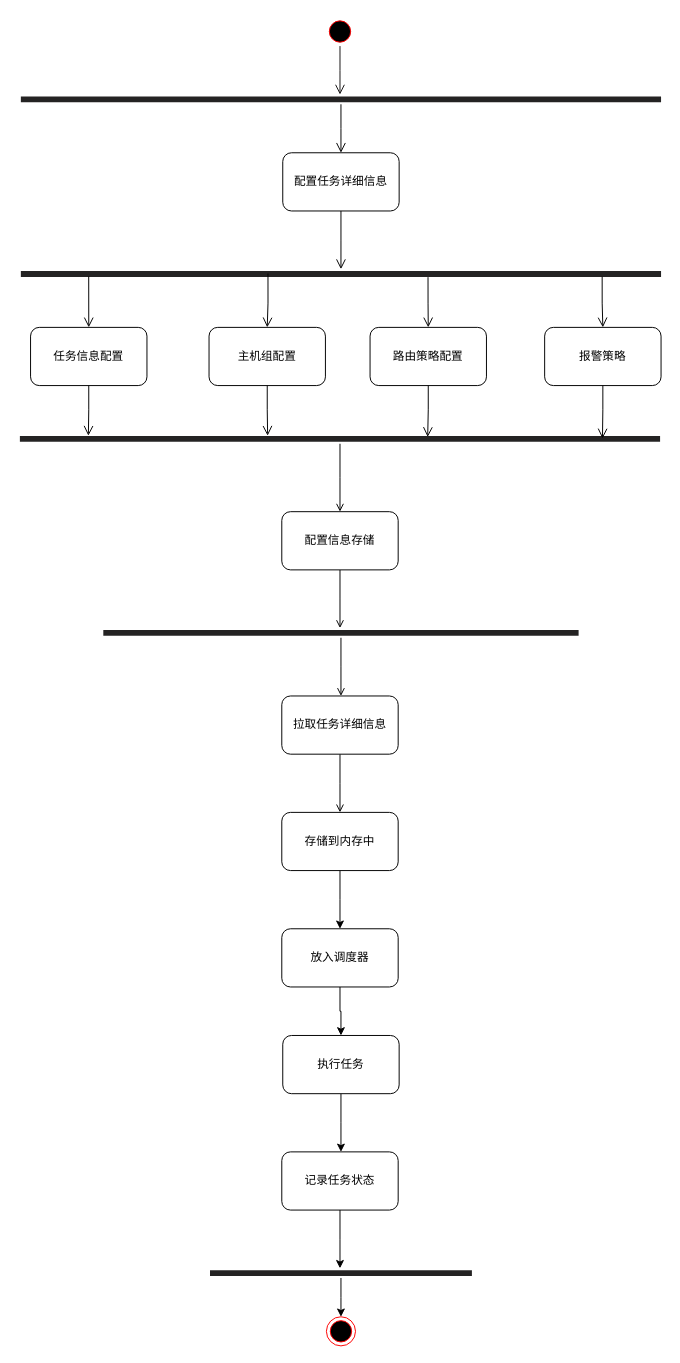
tianshengdiwangK/common keeps this draw.io diagram as 任务管理模块活动图.drawio. Above is the earlier version. Source tidied: cells renumbered, new cells numbered last; positions are measured from the earlier drawing's top-left corner, leaving out a move shared by most shapes. Both pictures are drawn from the tidied source at 97%, with x=0, y=0 at pixel (19, 16).
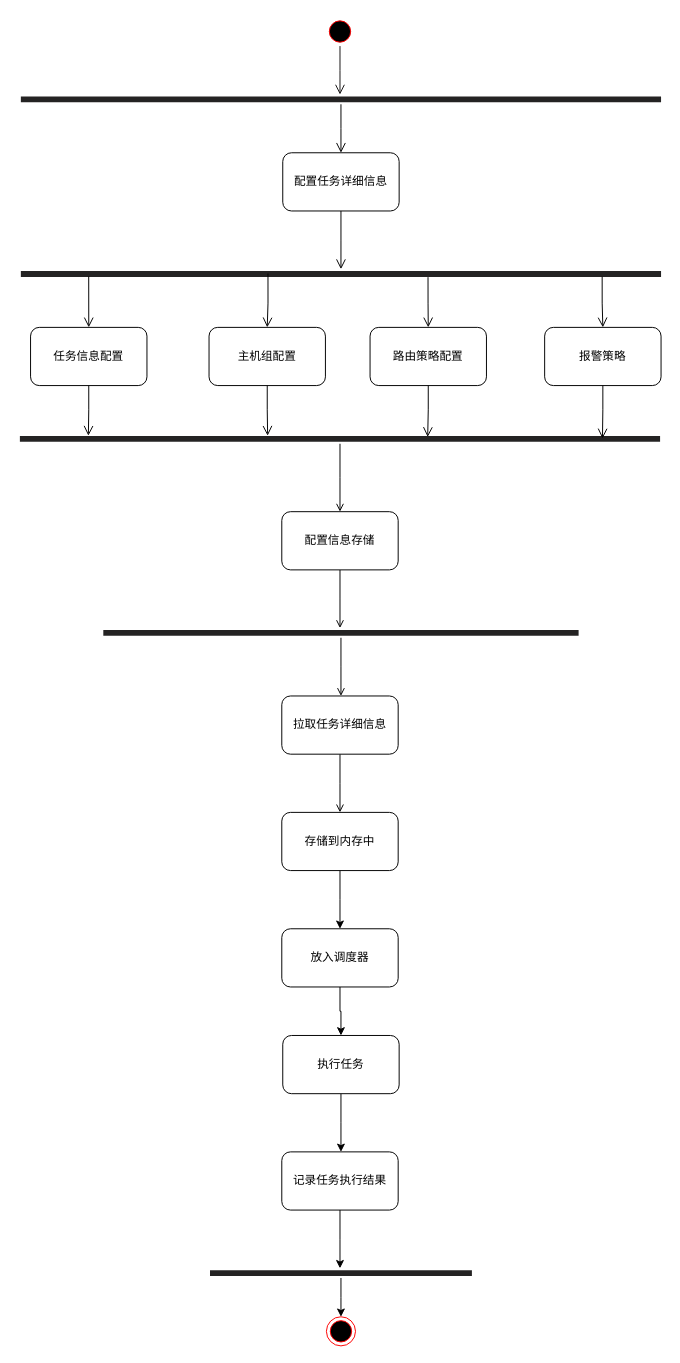
The same diagram, later.

Commit message:
更新任务管理模块活动图.drawio

Diff of the diagram source:
```diff
@@
-    <mxCell id="36" value="记录任务状态" style="rounded=1;whiteSpace=wrap;html=1;" parent="1" vertex="1">
+    <mxCell id="36" value="记录任务执行结果" style="rounded=1;whiteSpace=wrap;html=1;" parent="1" vertex="1">
       <mxGeometry x="270" y="1170" width="120" height="60" as="geometry" />
     </mxCell>
```
